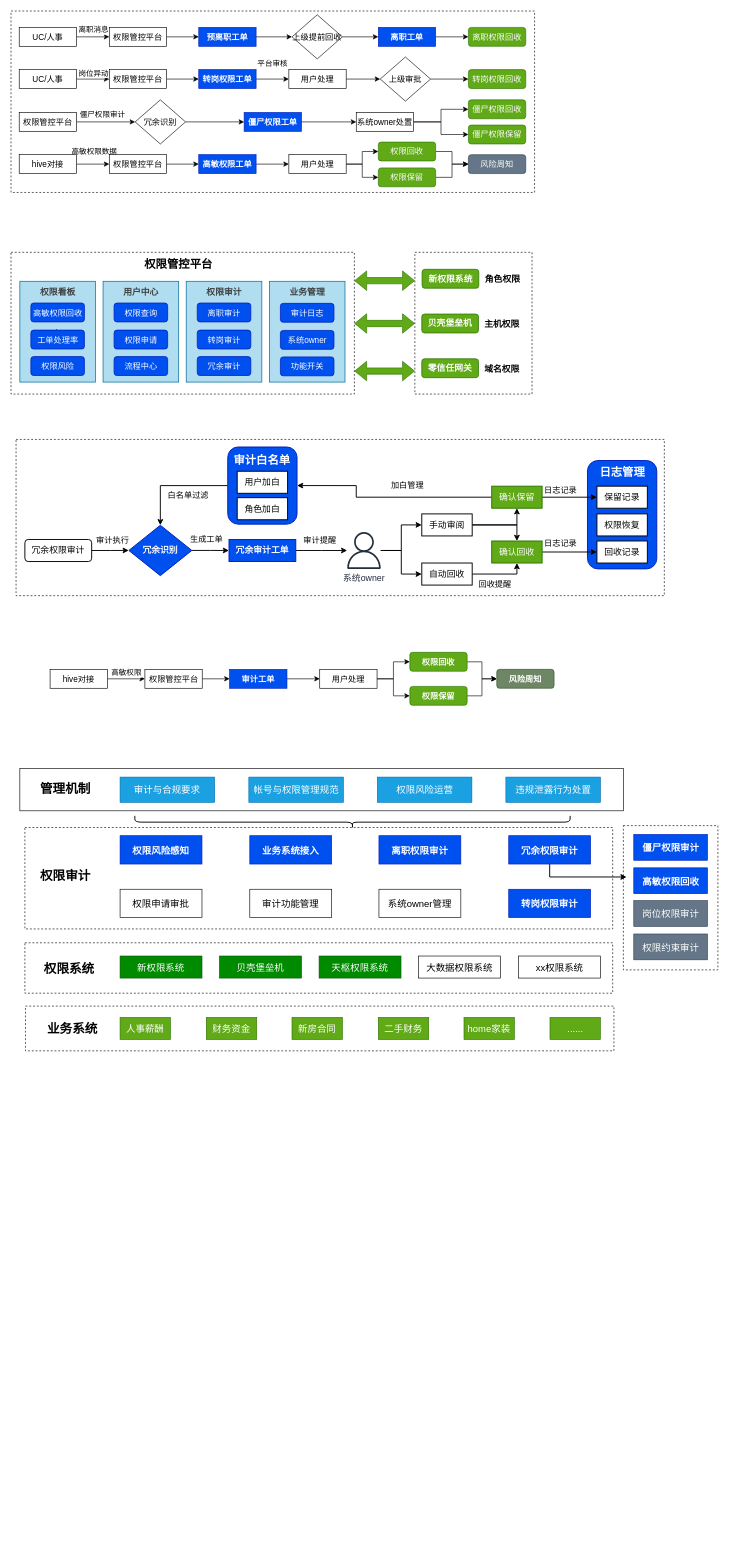
This is page "述职" (11 of 11) of 权限审计.drawio from zpxiao-ios/hello-world, a draw.io file, before an edit. Source tidied: cells renumbered, new cells numbered last; positions are measured from the earlier drawing's top-left corner, leaving out a move shared by most shapes. Both pictures are drawn from the tidied source at 63%, with x=0, y=0 at pixel (11, 11).
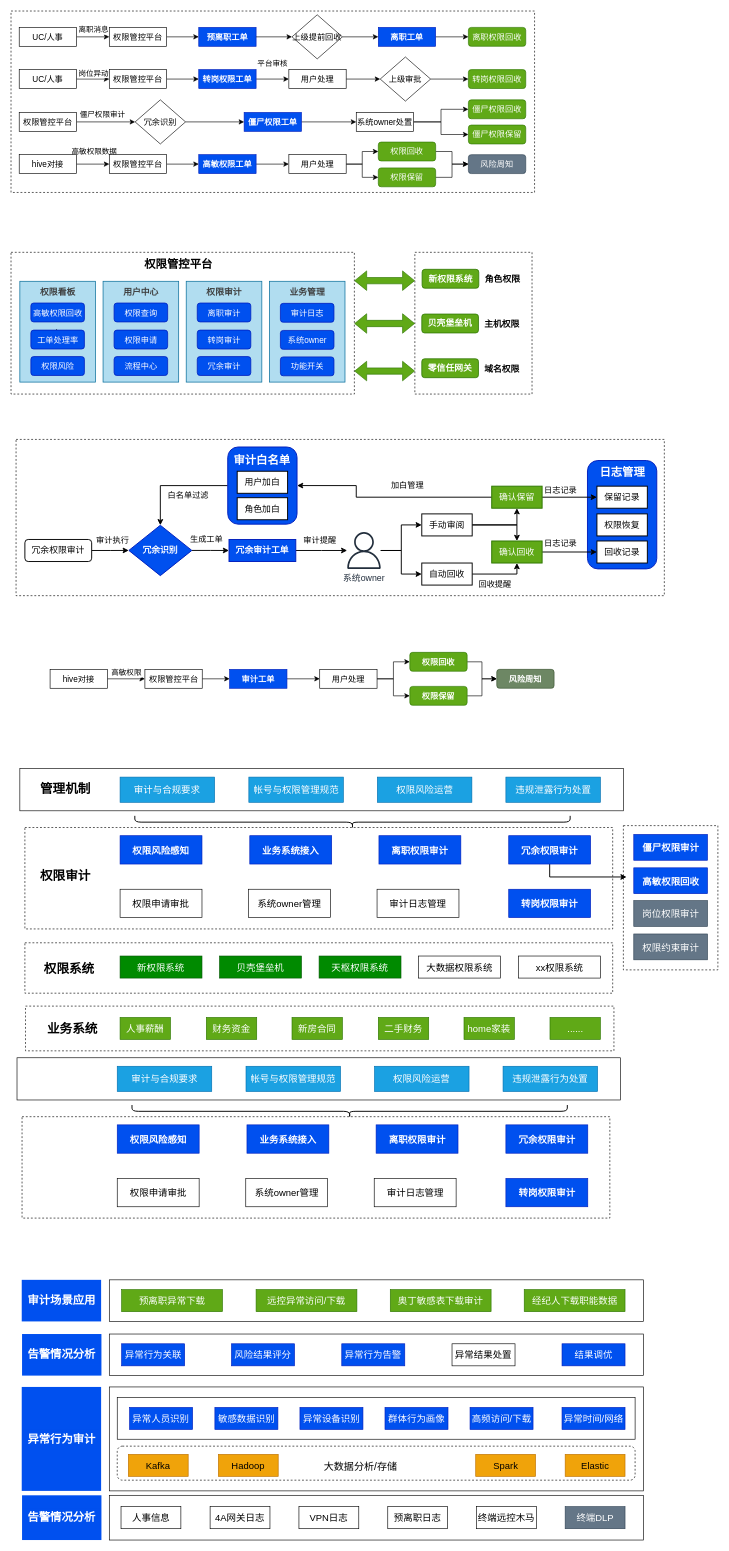
Above is the later version.

Commit message:
更新权限审计.drawio

Diff of the diagram source:
```diff
@@
+    <mxCell id="178" style="rounded=0;whiteSpace=wrap;html=1;" parent="1" vertex="1">
+      <mxGeometry x="156" y="2184" width="848" height="165" as="geometry" />
+    </mxCell>
+    <mxCell id="179" style="rounded=1;whiteSpace=wrap;html=1;dashed=1;" parent="1" vertex="1">
+      <mxGeometry x="168.6" y="2278" width="822" height="54" as="geometry" />
+    </mxCell>
@@
     <mxCell id="155" value="系统owner管理" style="rounded=0;whiteSpace=wrap;html=1;fontSize=15;flipH=1;" parent="1" vertex="1">
-      <mxGeometry x="584" y="1394" width="130" height="45" as="geometry" />
+      <mxGeometry x="377.1" y="1394" width="130" height="45" as="geometry" />
     </mxCell>
@@
-    <mxCell id="158" value="审计功能管理" style="rounded=0;whiteSpace=wrap;html=1;fontSize=15;flipH=1;" parent="1" vertex="1">
-      <mxGeometry x="379" y="1394" width="130" height="45" as="geometry" />
+    <mxCell id="158" value="审计日志管理" style="rounded=0;whiteSpace=wrap;html=1;fontSize=15;flipH=1;" parent="1" vertex="1">
+      <mxGeometry x="581" y="1394" width="130" height="45" as="geometry" />
     </mxCell>
@@
+    <mxCell id="180" style="rounded=0;whiteSpace=wrap;html=1;" parent="1" vertex="1">
+      <mxGeometry x="156" y="2356" width="848" height="71" as="geometry" />
+    </mxCell>
+    <mxCell id="181" style="rounded=0;whiteSpace=wrap;html=1;dashed=1;" parent="1" vertex="1">
+      <mxGeometry x="17.5" y="1755" width="933" height="161" as="geometry" />
+    </mxCell>
+    <mxCell id="182" style="rounded=0;whiteSpace=wrap;html=1;" parent="1" vertex="1">
+      <mxGeometry x="9.5" y="1661.5" width="958" height="67" as="geometry" />
+    </mxCell>
+    <mxCell id="183" value="审计与合规要求" style="rounded=0;whiteSpace=wrap;html=1;fontSize=15;flipH=1;fontStyle=0;fillColor=#1ba1e2;fontColor=#ffffff;strokeColor=#006EAF;" parent="1" vertex="1">
+      <mxGeometry x="168.6" y="1675" width="150" height="40" as="geometry" />
+    </mxCell>
+    <mxCell id="184" value="帐号与权限管理规范" style="rounded=0;whiteSpace=wrap;html=1;fontSize=15;flipH=1;fontStyle=0;fillColor=#1ba1e2;fontColor=#ffffff;strokeColor=#006EAF;" parent="1" vertex="1">
+      <mxGeometry x="373" y="1675" width="150" height="40" as="geometry" />
+    </mxCell>
+    <mxCell id="185" value="权限风险运营" style="rounded=0;whiteSpace=wrap;html=1;fontSize=15;flipH=1;fontStyle=0;fillColor=#1ba1e2;strokeColor=#006EAF;fontColor=#ffffff;" parent="1" vertex="1">
+      <mxGeometry x="577" y="1675" width="150" height="40" as="geometry" />
+    </mxCell>
+    <mxCell id="186" value="违规泄露行为处置" style="rounded=0;whiteSpace=wrap;html=1;fontSize=15;flipH=1;fontStyle=0;fillColor=#1ba1e2;fontColor=#ffffff;strokeColor=#006EAF;" parent="1" vertex="1">
+      <mxGeometry x="781" y="1675" width="150" height="40" as="geometry" />
+    </mxCell>
+    <mxCell id="187" value="权限风险感知" style="rounded=0;whiteSpace=wrap;html=1;fontSize=15;flipH=1;fillColor=#0050ef;fontColor=#ffffff;strokeColor=#001DBC;fontStyle=1;" parent="1" vertex="1">
+      <mxGeometry x="168.6" y="1768" width="130" height="45" as="geometry" />
+    </mxCell>
+    <mxCell id="188" value="冗余权限审计" style="rounded=0;whiteSpace=wrap;html=1;fontSize=15;flipH=1;fillColor=#0050ef;fontColor=#ffffff;strokeColor=#001DBC;fontStyle=1;" parent="1" vertex="1">
+      <mxGeometry x="785.5" y="1768" width="130" height="45" as="geometry" />
+    </mxCell>
+    <mxCell id="189" value="转岗权限审计" style="rounded=0;whiteSpace=wrap;html=1;fontSize=15;flipH=1;fillColor=#0050ef;fontColor=#ffffff;strokeColor=#001DBC;fontStyle=1;" parent="1" vertex="1">
+      <mxGeometry x="785.5" y="1853" width="130" height="45" as="geometry" />
+    </mxCell>
+    <mxCell id="190" value="离职权限审计" style="rounded=0;whiteSpace=wrap;html=1;fontSize=15;flipH=1;fillColor=#0050ef;fontColor=#ffffff;strokeColor=#001DBC;fontStyle=1;" parent="1" vertex="1">
+      <mxGeometry x="579.5" y="1768" width="130" height="45" as="geometry" />
+    </mxCell>
+    <mxCell id="191" value="系统owner管理" style="rounded=0;whiteSpace=wrap;html=1;fontSize=15;flipH=1;" parent="1" vertex="1">
+      <mxGeometry x="372.6" y="1853" width="130" height="45" as="geometry" />
+    </mxCell>
+    <mxCell id="192" value="权限申请审批" style="rounded=0;whiteSpace=wrap;html=1;fontSize=15;flipH=1;" parent="1" vertex="1">
+      <mxGeometry x="168.6" y="1853" width="130" height="45" as="geometry" />
+    </mxCell>
+    <mxCell id="193" value="业务系统接入" style="rounded=0;whiteSpace=wrap;html=1;fontSize=15;flipH=1;fillColor=#0050ef;fontColor=#ffffff;strokeColor=#001DBC;fontStyle=1;" parent="1" vertex="1">
+      <mxGeometry x="374.5" y="1768" width="130" height="45" as="geometry" />
+    </mxCell>
+    <mxCell id="194" value="审计日志管理" style="rounded=0;whiteSpace=wrap;html=1;fontSize=15;flipH=1;" parent="1" vertex="1">
+      <mxGeometry x="576.5" y="1853" width="130" height="45" as="geometry" />
+    </mxCell>
+    <mxCell id="195" value="人事信息" style="rounded=0;whiteSpace=wrap;html=1;fontSize=15;flipH=1;" parent="1" vertex="1">
+      <mxGeometry x="174.6" y="2374" width="95" height="35" as="geometry" />
+    </mxCell>
+    <mxCell id="196" value="4A网关日志" style="rounded=0;whiteSpace=wrap;html=1;fontSize=15;flipH=1;" parent="1" vertex="1">
+      <mxGeometry x="316" y="2374" width="95" height="35" as="geometry" />
+    </mxCell>
+    <mxCell id="197" value="VPN日志" style="rounded=0;whiteSpace=wrap;html=1;fontSize=15;flipH=1;" parent="1" vertex="1">
+      <mxGeometry x="457" y="2374" width="95" height="35" as="geometry" />
+    </mxCell>
+    <mxCell id="198" value="预离职日志" style="rounded=0;whiteSpace=wrap;html=1;fontSize=15;flipH=1;" parent="1" vertex="1">
+      <mxGeometry x="598" y="2374" width="95" height="35" as="geometry" />
+    </mxCell>
+    <mxCell id="199" value="终端远控木马" style="rounded=0;whiteSpace=wrap;html=1;fontSize=15;flipH=1;" parent="1" vertex="1">
+      <mxGeometry x="739" y="2374" width="95" height="35" as="geometry" />
+    </mxCell>
+    <mxCell id="200" value="终端DLP" style="rounded=0;whiteSpace=wrap;html=1;fontSize=15;flipH=1;fillColor=#647687;fontColor=#ffffff;strokeColor=#314354;" parent="1" vertex="1">
+      <mxGeometry x="879.6" y="2374" width="95" height="35" as="geometry" />
+    </mxCell>
+    <mxCell id="201" style="shape=curlyBracket;whiteSpace=wrap;html=1;rounded=1;labelPosition=left;verticalLabelPosition=middle;align=right;verticalAlign=middle;rotation=270;fontStyle=1;strokeWidth=1.5;" parent="1" vertex="1">
+      <mxGeometry x="527.5" y="1401" width="20" height="691" as="geometry" />
+    </mxCell>
+    <mxCell id="202" value="Kafka" style="rounded=0;whiteSpace=wrap;html=1;fontSize=15;flipH=1;fillColor=#f0a30a;fontColor=#000000;strokeColor=#BD7000;" parent="1" vertex="1">
+      <mxGeometry x="186.2" y="2291" width="95" height="35" as="geometry" />
+    </mxCell>
+    <mxCell id="203" value="Hadoop" style="rounded=0;whiteSpace=wrap;html=1;fontSize=15;flipH=1;fillColor=#f0a30a;fontColor=#000000;strokeColor=#BD7000;" parent="1" vertex="1">
+      <mxGeometry x="329.1" y="2291" width="95" height="35" as="geometry" />
+    </mxCell>
+    <mxCell id="204" value="Spark" style="rounded=0;whiteSpace=wrap;html=1;fontSize=15;flipH=1;fillColor=#f0a30a;fontColor=#000000;strokeColor=#BD7000;" parent="1" vertex="1">
+      <mxGeometry x="737.6" y="2291" width="95" height="35" as="geometry" />
+    </mxCell>
+    <mxCell id="205" value="Elastic" style="rounded=0;whiteSpace=wrap;html=1;fontSize=15;flipH=1;fillColor=#f0a30a;fontColor=#000000;strokeColor=#BD7000;" parent="1" vertex="1">
+      <mxGeometry x="879.6" y="2291" width="95" height="35" as="geometry" />
+    </mxCell>
+    <mxCell id="206" value="&lt;font&gt;大&lt;/font&gt;&lt;font&gt;数据分析/存储&lt;/font&gt;" style="text;html=1;align=center;verticalAlign=middle;whiteSpace=wrap;rounded=0;fontSize=16;" parent="1" vertex="1">
+      <mxGeometry x="475.6" y="2296" width="158" height="30" as="geometry" />
+    </mxCell>
+    <mxCell id="207" style="rounded=0;whiteSpace=wrap;html=1;" parent="1" vertex="1">
+      <mxGeometry x="168.6" y="2201" width="822" height="66" as="geometry" />
+    </mxCell>
+    <mxCell id="208" value="异常人员识别" style="rounded=0;whiteSpace=wrap;html=1;fontSize=15;flipH=1;fillColor=#0050ef;fontColor=#ffffff;strokeColor=#001DBC;" parent="1" vertex="1">
+      <mxGeometry x="188.2" y="2216.5" width="100" height="35" as="geometry" />
+    </mxCell>
+    <mxCell id="209" value="敏感数据识别" style="rounded=0;whiteSpace=wrap;html=1;fontSize=15;flipH=1;fillColor=#0050ef;fontColor=#ffffff;strokeColor=#001DBC;" parent="1" vertex="1">
+      <mxGeometry x="323.6" y="2216.5" width="100" height="35" as="geometry" />
+    </mxCell>
+    <mxCell id="210" value="高频访问/下载" style="rounded=0;whiteSpace=wrap;html=1;fontSize=15;flipH=1;fillColor=#0050ef;fontColor=#ffffff;strokeColor=#001DBC;" parent="1" vertex="1">
+      <mxGeometry x="728.6" y="2216.5" width="100" height="35" as="geometry" />
+    </mxCell>
+    <mxCell id="211" value="异常设备识别" style="rounded=0;whiteSpace=wrap;html=1;fontSize=15;flipH=1;fillColor=#0050ef;fontColor=#ffffff;strokeColor=#001DBC;" parent="1" vertex="1">
+      <mxGeometry x="458.6" y="2216.5" width="100" height="35" as="geometry" />
+    </mxCell>
+    <mxCell id="212" value="异常时间/网络" style="rounded=0;whiteSpace=wrap;html=1;fontSize=15;flipH=1;fillColor=#0050ef;fontColor=#ffffff;strokeColor=#001DBC;" parent="1" vertex="1">
+      <mxGeometry x="874.6" y="2216.5" width="100" height="35" as="geometry" />
+    </mxCell>
+    <mxCell id="213" value="群体行为画像" style="rounded=0;whiteSpace=wrap;html=1;fontSize=15;flipH=1;fillColor=#0050ef;fontColor=#ffffff;strokeColor=#001DBC;" parent="1" vertex="1">
+      <mxGeometry x="593.6" y="2216.5" width="100" height="35" as="geometry" />
+    </mxCell>
+    <mxCell id="214" style="rounded=0;whiteSpace=wrap;html=1;" parent="1" vertex="1">
+      <mxGeometry x="156" y="2100" width="848" height="66" as="geometry" />
+    </mxCell>
+    <mxCell id="215" value="异常行为关联" style="rounded=0;whiteSpace=wrap;html=1;fontSize=15;flipH=1;fillColor=#0050ef;fontColor=#ffffff;strokeColor=#001DBC;" parent="1" vertex="1">
+      <mxGeometry x="175.6" y="2115.5" width="100" height="35" as="geometry" />
+    </mxCell>
+    <mxCell id="216" value="风险结果评分" style="rounded=0;whiteSpace=wrap;html=1;fontSize=15;flipH=1;fillColor=#0050ef;fontColor=#ffffff;strokeColor=#001DBC;" parent="1" vertex="1">
+      <mxGeometry x="350" y="2115.5" width="100" height="35" as="geometry" />
+    </mxCell>
+    <mxCell id="217" value="异常结果处置" style="rounded=0;whiteSpace=wrap;html=1;fontSize=15;flipH=1;" parent="1" vertex="1">
+      <mxGeometry x="700" y="2115.5" width="100" height="35" as="geometry" />
+    </mxCell>
+    <mxCell id="218" value="异常行为告警" style="rounded=0;whiteSpace=wrap;html=1;fontSize=15;flipH=1;fillColor=#0050ef;fontColor=#ffffff;strokeColor=#001DBC;" parent="1" vertex="1">
+      <mxGeometry x="525" y="2115.5" width="100" height="35" as="geometry" />
+    </mxCell>
+    <mxCell id="219" value="结果调优" style="rounded=0;whiteSpace=wrap;html=1;fontSize=15;flipH=1;fillColor=#0050ef;fontColor=#ffffff;strokeColor=#001DBC;" parent="1" vertex="1">
+      <mxGeometry x="874.6" y="2115.5" width="100" height="35" as="geometry" />
+    </mxCell>
+    <mxCell id="220" style="rounded=0;whiteSpace=wrap;html=1;" parent="1" vertex="1">
+      <mxGeometry x="156" y="2014" width="848" height="66" as="geometry" />
+    </mxCell>
+    <mxCell id="221" value="预离职异常下载" style="rounded=0;whiteSpace=wrap;html=1;fontSize=15;flipH=0;fillColor=#60a917;fontColor=#ffffff;strokeColor=#2D7600;" parent="1" vertex="1">
+      <mxGeometry x="175.6" y="2029.5" width="160" height="35" as="geometry" />
+    </mxCell>
+    <mxCell id="222" value="远控异常访问/下载" style="rounded=0;whiteSpace=wrap;html=1;fontSize=15;flipH=0;fillColor=#60a917;fontColor=#ffffff;strokeColor=#2D7600;" parent="1" vertex="1">
+      <mxGeometry x="389" y="2029.5" width="160" height="35" as="geometry" />
+    </mxCell>
+    <mxCell id="223" value="经纪人下载职能数据" style="rounded=0;whiteSpace=wrap;html=1;fontSize=15;flipH=0;fillColor=#60a917;fontColor=#ffffff;strokeColor=#2D7600;" parent="1" vertex="1">
+      <mxGeometry x="814.6" y="2029.5" width="160" height="35" as="geometry" />
+    </mxCell>
+    <mxCell id="224" value="奥丁敏感表下载审计" style="rounded=0;whiteSpace=wrap;html=1;fontSize=15;flipH=0;fillColor=#60a917;fontColor=#ffffff;strokeColor=#2D7600;" parent="1" vertex="1">
+      <mxGeometry x="602" y="2029.5" width="160" height="35" as="geometry" />
+    </mxCell>
+    <mxCell id="225" style="rounded=0;whiteSpace=wrap;html=1;fillColor=#0050ef;fontColor=#ffffff;strokeColor=none;fontStyle=1;" parent="1" vertex="1">
+      <mxGeometry x="17" y="2014" width="126" height="66" as="geometry" />
+    </mxCell>
+    <mxCell id="226" value="&lt;font style=&quot;font-size: 18px;&quot;&gt;审计场景应用&lt;/font&gt;" style="text;html=1;align=center;verticalAlign=middle;whiteSpace=wrap;rounded=0;fillColor=#0050ef;fontColor=#ffffff;strokeColor=none;fontStyle=1;" parent="1" vertex="1">
+      <mxGeometry x="20.5" y="2032" width="119" height="30" as="geometry" />
+    </mxCell>
+    <mxCell id="227" style="rounded=0;whiteSpace=wrap;html=1;fillColor=#0050ef;fontColor=#ffffff;strokeColor=none;fontStyle=1;" parent="1" vertex="1">
+      <mxGeometry x="17.5" y="2100" width="126" height="66" as="geometry" />
+    </mxCell>
+    <mxCell id="228" value="&lt;span style=&quot;font-size: 18px;&quot;&gt;告警情况分析&lt;/span&gt;" style="text;html=1;align=center;verticalAlign=middle;whiteSpace=wrap;rounded=0;fillColor=#0050ef;fontColor=#ffffff;strokeColor=none;fontStyle=1;" parent="1" vertex="1">
+      <mxGeometry x="21" y="2118" width="119" height="30" as="geometry" />
+    </mxCell>
+    <mxCell id="229" style="rounded=0;whiteSpace=wrap;html=1;fillColor=#0050ef;fontColor=#ffffff;strokeColor=none;fontStyle=1;" parent="1" vertex="1">
+      <mxGeometry x="17" y="2184" width="126" height="165" as="geometry" />
+    </mxCell>
+    <mxCell id="230" value="&lt;span style=&quot;font-size: 18px;&quot;&gt;异常行为审计&lt;/span&gt;" style="text;html=1;align=center;verticalAlign=middle;whiteSpace=wrap;rounded=0;fillColor=#0050ef;fontColor=#ffffff;strokeColor=none;fontStyle=1;" parent="1" vertex="1">
+      <mxGeometry x="20.5" y="2251.5" width="119" height="30" as="geometry" />
+    </mxCell>
+    <mxCell id="231" style="rounded=0;whiteSpace=wrap;html=1;fillColor=#0050ef;fontColor=#ffffff;strokeColor=none;fontStyle=1;" parent="1" vertex="1">
+      <mxGeometry x="17.5" y="2356" width="126" height="71" as="geometry" />
+    </mxCell>
+    <mxCell id="232" value="&lt;span style=&quot;font-size: 18px;&quot;&gt;告警情况分析&lt;/span&gt;" style="text;html=1;align=center;verticalAlign=middle;whiteSpace=wrap;rounded=0;fillColor=#0050ef;fontColor=#ffffff;strokeColor=none;fontStyle=1;" parent="1" vertex="1">
+      <mxGeometry x="21" y="2376.5" width="119" height="30" as="geometry" />
+    </mxCell>
```
